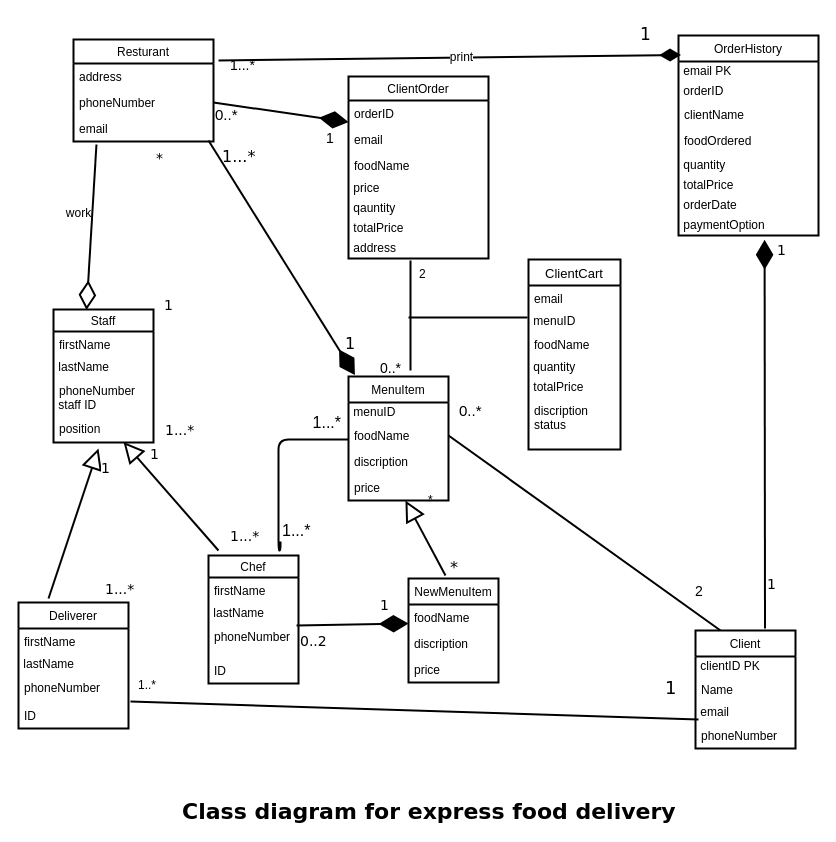
Above: Class Diagram For Express food delivery resturant.drawio in wallaceNdi/OC-PRO (draw.io), before the change. Source tidied: cells renumbered, new cells numbered last; positions are measured from the earlier drawing's top-left corner, leaving out a move shared by most shapes. Both pictures are drawn from the tidied source at 100%, with x=0, y=0 at pixel (18, 17).
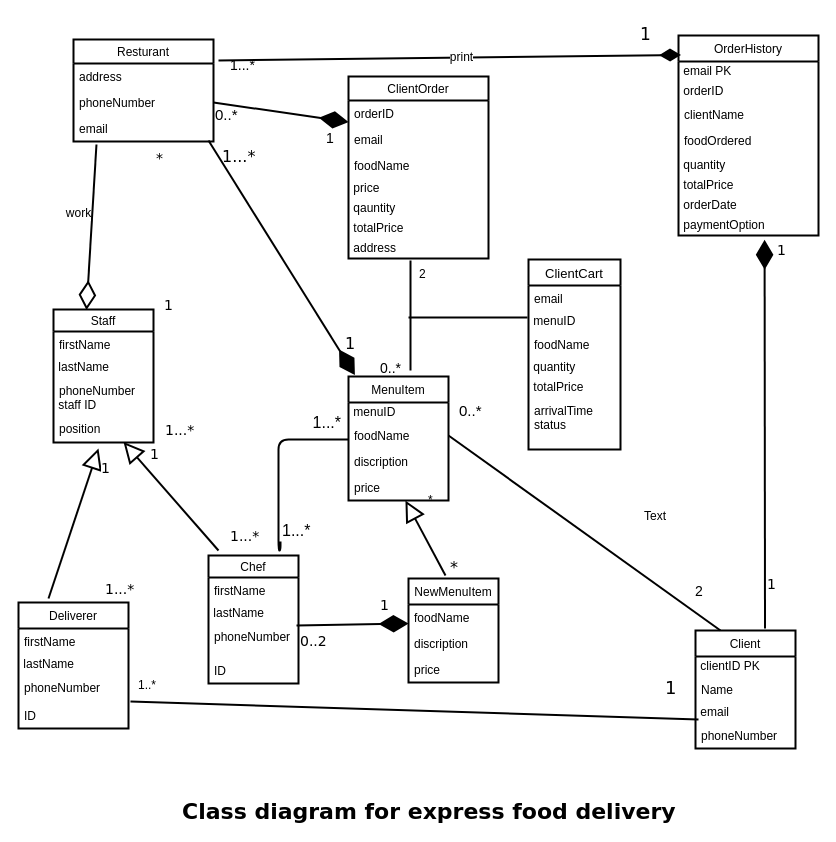
The same page after the edit.

Unchanged cells that the change refers to:
```xml
<mxCell id="75" value="ClientCart" style="swimlane;fontStyle=0;horizontal=1;startSize=26;fillColor=none;fontSize=13;strokeWidth=2;" parent="1" vertex="1">
  <mxGeometry x="510" y="242" width="92" height="190" as="geometry" />
</mxCell>
```

Diff of the diagram source:
```diff
@@
-    <mxCell id="81" value="discription&#10;status&#10;" style="text;strokeColor=none;fillColor=none;align=left;verticalAlign=top;spacingLeft=4;spacingRight=4;overflow=hidden;" parent="75" vertex="1">
+    <mxCell id="81" value="arrivalTime&#10;status&#10;" style="text;strokeColor=none;fillColor=none;align=left;verticalAlign=top;spacingLeft=4;spacingRight=4;overflow=hidden;" parent="75" vertex="1">
       <mxGeometry y="138" width="92" height="52" as="geometry" />
     </mxCell>
@@
+    <mxCell id="104" value="Text" style="text;html=1;align=left;verticalAlign=top;spacingTop=-4;" parent="1" vertex="1">
+      <mxGeometry x="624" y="489" width="40" height="20" as="geometry" />
+    </mxCell>
```
